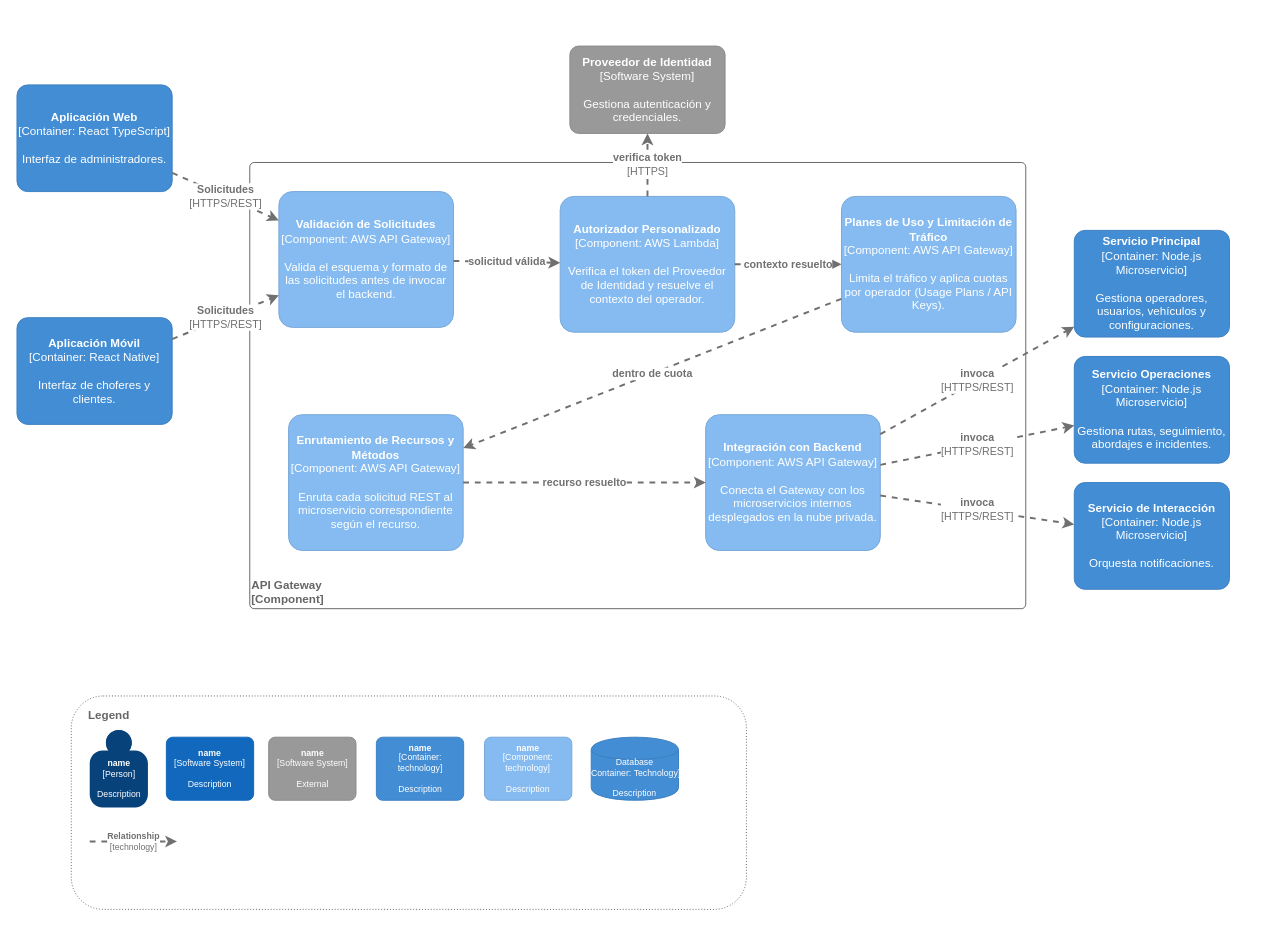
Before: page "C4 Component API Gateway" (7 of 14) of Diagramas/Diagrama_C4.drawio in tomazoque/pswe-04-proyecto-final, a draw.io diagram. Source tidied: cells renumbered, new cells numbered last; positions are measured from the earlier drawing's top-left corner, leaving out a move shared by most shapes. Both pictures are drawn from the tidied source at 97%, with x=0, y=0 at pixel (16, 46).
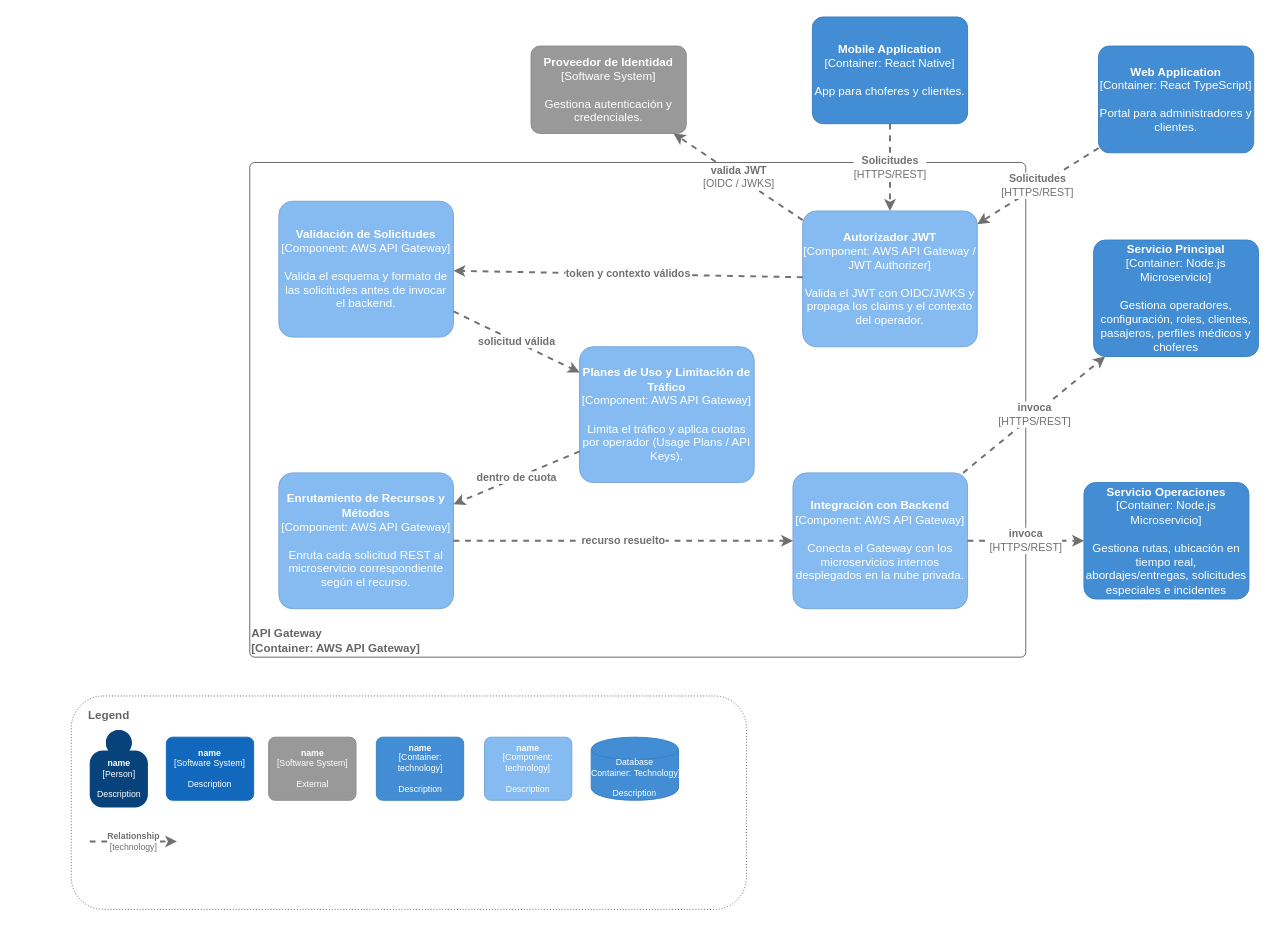
The same diagram, later.

The edit, as a diff of the source:
```diff
@@
-    <object id="2" label="&lt;b&gt;%c4Name%&lt;/b&gt;&lt;div&gt;[%c4Type%: %c4Technology%]&lt;/div&gt;&lt;br&gt;&lt;div&gt;%c4Description%&lt;/div&gt;" c4Description="Interfaz de administradores." c4Name="Aplicación Web" c4Technology="React TypeScript" c4Type="Container" placeholders="1">
+    <object id="2" label="&lt;b&gt;%c4Name%&lt;/b&gt;&lt;div&gt;[%c4Type%: %c4Technology%]&lt;/div&gt;&lt;br&gt;&lt;div&gt;%c4Description%&lt;/div&gt;" c4Description="Portal para administradores y clientes." c4Name="Web Application" c4Technology="React TypeScript" c4Type="Container" placeholders="1">
       <mxCell style="rounded=1;whiteSpace=wrap;html=1;labelBackgroundColor=none;fillColor=#438DD5;fontColor=#ffffff;align=center;arcSize=10;strokeColor=#3C7FC0;metaData={&quot;c4Type&quot;:{&quot;editable&quot;:false}};" parent="1" vertex="1">
-        <mxGeometry y="40" width="160" height="110" as="geometry" />
+        <mxGeometry x="1115" width="160" height="110" as="geometry" />
       </mxCell>
     </object>
-    <object id="3" label="&lt;b&gt;%c4Name%&lt;/b&gt;&lt;div&gt;[%c4Type%: %c4Technology%]&lt;/div&gt;&lt;br&gt;&lt;div&gt;%c4Description%&lt;/div&gt;" c4Description="Interfaz de choferes y clientes." c4Name="Aplicación Móvil" c4Technology="React Native" c4Type="Container" placeholders="1">
+    <object id="3" label="&lt;b&gt;%c4Name%&lt;/b&gt;&lt;div&gt;[%c4Type%: %c4Technology%]&lt;/div&gt;&lt;br&gt;&lt;div&gt;%c4Description%&lt;/div&gt;" c4Description="App para choferes y clientes." c4Name="Mobile Application" c4Technology="React Native" c4Type="Container" placeholders="1">
       <mxCell style="rounded=1;whiteSpace=wrap;html=1;labelBackgroundColor=none;fillColor=#438DD5;fontColor=#ffffff;align=center;arcSize=10;strokeColor=#3C7FC0;metaData={&quot;c4Type&quot;:{&quot;editable&quot;:false}};" parent="1" vertex="1">
-        <mxGeometry y="280" width="160" height="110" as="geometry" />
+        <mxGeometry x="820" y="-30" width="160" height="110" as="geometry" />
       </mxCell>
     </object>
     <object id="4" label="&lt;b&gt;%c4Name%&lt;/b&gt;&lt;div&gt;[%c4Type%]&lt;/div&gt;&lt;br&gt;&lt;div&gt;%c4Description%&lt;/div&gt;" c4Description="Gestiona autenticación y credenciales." c4Name="Proveedor de Identidad" c4Type="Software System" placeholders="1">
       <mxCell style="rounded=1;whiteSpace=wrap;html=1;labelBackgroundColor=none;fillColor=#999999;fontColor=#ffffff;align=center;arcSize=10;strokeColor=#8A8A8A;metaData={&quot;c4Type&quot;:{&quot;editable&quot;:false}};" parent="1" vertex="1">
-        <mxGeometry x="570" width="160" height="90" as="geometry" />
+        <mxGeometry x="530" width="160" height="90" as="geometry" />
       </mxCell>
     </object>
-    <object id="5" label="&lt;b&gt;%c4Name%&lt;/b&gt;&lt;div&gt;[%c4Type%: %c4Technology%]&lt;/div&gt;&lt;br&gt;&lt;div&gt;%c4Description%&lt;/div&gt;" c4Description="Gestiona operadores, usuarios, vehículos y configuraciones." c4Name="Servicio Principal" c4Technology="Node.js Microservicio" c4Type="Container" placeholders="1">
+    <object id="5" label="&lt;b&gt;%c4Name%&lt;/b&gt;&lt;div&gt;[%c4Type%: %c4Technology%]&lt;/div&gt;&lt;br&gt;&lt;div&gt;%c4Description%&lt;/div&gt;" c4Description="Gestiona operadores, configuración, roles, clientes, pasajeros, perfiles médicos y choferes" c4Name="Servicio Principal" c4Technology="Node.js Microservicio" c4Type="Container" placeholders="1">
       <mxCell style="rounded=1;whiteSpace=wrap;html=1;labelBackgroundColor=none;fillColor=#438DD5;fontColor=#ffffff;align=center;arcSize=10;strokeColor=#3C7FC0;metaData={&quot;c4Type&quot;:{&quot;editable&quot;:false}};" parent="1" vertex="1">
-        <mxGeometry x="1090" y="190" width="160" height="110" as="geometry" />
+        <mxGeometry x="1110" y="200" width="170" height="120" as="geometry" />
       </mxCell>
     </object>
-    <object id="6" label="&lt;b&gt;%c4Name%&lt;/b&gt;&lt;div&gt;[%c4Type%: %c4Technology%]&lt;/div&gt;&lt;br&gt;&lt;div&gt;%c4Description%&lt;/div&gt;" c4Description="Gestiona rutas, seguimiento, abordajes e incidentes." c4Name="Servicio Operaciones" c4Technology="Node.js Microservicio" c4Type="Container" placeholders="1">
+    <object id="6" label="&lt;b&gt;%c4Name%&lt;/b&gt;&lt;div&gt;[%c4Type%: %c4Technology%]&lt;/div&gt;&lt;br&gt;&lt;div&gt;%c4Description%&lt;/div&gt;" c4Description="Gestiona rutas, ubicación en tiempo real, abordajes/entregas, solicitudes especiales e incidentes" c4Name="Servicio Operaciones" c4Technology="Node.js Microservicio" c4Type="Container" placeholders="1">
       <mxCell style="rounded=1;whiteSpace=wrap;html=1;labelBackgroundColor=none;fillColor=#438DD5;fontColor=#ffffff;align=center;arcSize=10;strokeColor=#3C7FC0;metaData={&quot;c4Type&quot;:{&quot;editable&quot;:false}};" parent="1" vertex="1">
-        <mxGeometry x="1090" y="320" width="160" height="110" as="geometry" />
+        <mxGeometry x="1100" y="450" width="170" height="120" as="geometry" />
       </mxCell>
     </object>
-    <object id="7" label="&lt;b&gt;%c4Name%&lt;/b&gt;&lt;div&gt;[%c4Type%: %c4Technology%]&lt;/div&gt;&lt;br&gt;&lt;div&gt;%c4Description%&lt;/div&gt;" c4Description="Orquesta notificaciones." c4Name="Servicio de Interacción" c4Technology="Node.js Microservicio" c4Type="Container" placeholders="1">
-      <mxCell style="rounded=1;whiteSpace=wrap;html=1;labelBackgroundColor=none;fillColor=#438DD5;fontColor=#ffffff;align=center;arcSize=10;strokeColor=#3C7FC0;metaData={&quot;c4Type&quot;:{&quot;editable&quot;:false}};" parent="1" vertex="1">
-        <mxGeometry x="1090" y="450" width="160" height="110" as="geometry" />
-      </mxCell>
-    </object>
-    <mxCell id="8" value="&lt;div style=&quot;text-align: left&quot;&gt;&lt;b&gt;API Gateway&lt;/b&gt;&lt;/div&gt;&lt;div style=&quot;text-align: left&quot;&gt;&lt;b&gt;[Component]&lt;/b&gt;&lt;/div&gt;" style="rounded=1;whiteSpace=wrap;html=1;labelBackgroundColor=none;fillColor=#ffffff;align=left;arcSize=1;verticalAlign=bottom;strokeColor=#666666;fontColor=#666666;" parent="1" vertex="1">
-      <mxGeometry x="240" y="120" width="800" height="460" as="geometry" />
+    <mxCell id="8" value="&lt;div style=&quot;text-align: left&quot;&gt;&lt;b&gt;API Gateway&lt;/b&gt;&lt;/div&gt;&lt;div style=&quot;text-align: left&quot;&gt;&lt;b&gt;[Container: AWS API Gateway]&lt;/b&gt;&lt;/div&gt;" style="rounded=1;whiteSpace=wrap;html=1;labelBackgroundColor=none;fillColor=#ffffff;align=left;arcSize=1;verticalAlign=bottom;strokeColor=#666666;fontColor=#666666;" parent="1" vertex="1">
+      <mxGeometry x="240" y="120" width="800" height="510" as="geometry" />
     </mxCell>
     <object id="9" label="&lt;b&gt;%c4Name%&lt;/b&gt;&lt;div&gt;[%c4Type%: %c4Technology%]&lt;/div&gt;&lt;br&gt;&lt;div&gt;%c4Description%&lt;/div&gt;" c4Description="Valida el esquema y formato de las solicitudes antes de invocar el backend." c4Name="Validación de Solicitudes" c4Technology="AWS API Gateway" c4Type="Component" placeholders="1">
       <mxCell style="rounded=1;whiteSpace=wrap;html=1;labelBackgroundColor=none;fillColor=#85BBF0;fontColor=#ffffff;align=center;arcSize=10;strokeColor=#78A8D8;metaData={&quot;c4Type&quot;:{&quot;editable&quot;:false}};" parent="1" vertex="1">
-        <mxGeometry x="270" y="150" width="180" height="140" as="geometry" />
+        <mxGeometry x="270" y="160" width="180" height="140" as="geometry" />
       </mxCell>
     </object>
-    <object id="10" label="&lt;b&gt;%c4Name%&lt;/b&gt;&lt;div&gt;[%c4Type%: %c4Technology%]&lt;/div&gt;&lt;br&gt;&lt;div&gt;%c4Description%&lt;/div&gt;" c4Description="Verifica el token del Proveedor de Identidad y resuelve el contexto del operador." c4Name="Autorizador Personalizado" c4Technology="AWS Lambda" c4Type="Component" placeholders="1">
+    <object id="10" label="&lt;b&gt;%c4Name%&lt;/b&gt;&lt;div&gt;[%c4Type%: %c4Technology%]&lt;/div&gt;&lt;br&gt;&lt;div&gt;%c4Description%&lt;/div&gt;" c4Description="Valida el JWT con OIDC/JWKS y propaga los claims y el contexto del operador." c4Name="Autorizador JWT" c4Technology="AWS API Gateway / JWT Authorizer" c4Type="Component" placeholders="1">
       <mxCell style="rounded=1;whiteSpace=wrap;html=1;labelBackgroundColor=none;fillColor=#85BBF0;fontColor=#ffffff;align=center;arcSize=10;strokeColor=#78A8D8;metaData={&quot;c4Type&quot;:{&quot;editable&quot;:false}};" parent="1" vertex="1">
-        <mxGeometry x="560" y="155" width="180" height="140" as="geometry" />
+        <mxGeometry x="810" y="170" width="180" height="140" as="geometry" />
       </mxCell>
     </object>
     <object id="11" label="&lt;b&gt;%c4Name%&lt;/b&gt;&lt;div&gt;[%c4Type%: %c4Technology%]&lt;/div&gt;&lt;br&gt;&lt;div&gt;%c4Description%&lt;/div&gt;" c4Description="Limita el tráfico y aplica cuotas por operador (Usage Plans / API Keys)." c4Name="Planes de Uso y Limitación de Tráfico" c4Technology="AWS API Gateway" c4Type="Component" placeholders="1">
       <mxCell style="rounded=1;whiteSpace=wrap;html=1;labelBackgroundColor=none;fillColor=#85BBF0;fontColor=#ffffff;align=center;arcSize=10;strokeColor=#78A8D8;metaData={&quot;c4Type&quot;:{&quot;editable&quot;:false}};" parent="1" vertex="1">
-        <mxGeometry x="850" y="155" width="180" height="140" as="geometry" />
+        <mxGeometry x="580" y="310" width="180" height="140" as="geometry" />
       </mxCell>
     </object>
     <object id="12" label="&lt;b&gt;%c4Name%&lt;/b&gt;&lt;div&gt;[%c4Type%: %c4Technology%]&lt;/div&gt;&lt;br&gt;&lt;div&gt;%c4Description%&lt;/div&gt;" c4Description="Enruta cada solicitud REST al microservicio correspondiente según el recurso." c4Name="Enrutamiento de Recursos y Métodos" c4Technology="AWS API Gateway" c4Type="Component" placeholders="1">
       <mxCell style="rounded=1;whiteSpace=wrap;html=1;labelBackgroundColor=none;fillColor=#85BBF0;fontColor=#ffffff;align=center;arcSize=10;strokeColor=#78A8D8;metaData={&quot;c4Type&quot;:{&quot;editable&quot;:false}};" parent="1" vertex="1">
-        <mxGeometry x="280" y="380" width="180" height="140" as="geometry" />
+        <mxGeometry x="270" y="440" width="180" height="140" as="geometry" />
       </mxCell>
     </object>
     <object id="13" label="&lt;b&gt;%c4Name%&lt;/b&gt;&lt;div&gt;[%c4Type%: %c4Technology%]&lt;/div&gt;&lt;br&gt;&lt;div&gt;%c4Description%&lt;/div&gt;" c4Description="Conecta el Gateway con los microservicios internos desplegados en la nube privada." c4Name="Integración con Backend" c4Technology="AWS API Gateway" c4Type="Component" placeholders="1">
       <mxCell style="rounded=1;whiteSpace=wrap;html=1;labelBackgroundColor=none;fillColor=#85BBF0;fontColor=#ffffff;align=center;arcSize=10;strokeColor=#78A8D8;metaData={&quot;c4Type&quot;:{&quot;editable&quot;:false}};" parent="1" vertex="1">
-        <mxGeometry x="710" y="380" width="180" height="140" as="geometry" />
+        <mxGeometry x="800" y="440" width="180" height="140" as="geometry" />
       </mxCell>
     </object>
     <object id="14" label="&lt;div style=&quot;text-align: left&quot;&gt;&lt;div style=&quot;text-align: center&quot;&gt;&lt;b&gt;%c4Description%&lt;/b&gt;&lt;/div&gt;&lt;div style=&quot;text-align: center&quot;&gt;[%c4Technology%]&lt;/div&gt;&lt;/div&gt;" c4Description="Solicitudes" c4Technology="HTTPS/REST" placeholders="1">
-      <mxCell style="edgeStyle=none;rounded=0;html=1;jettySize=auto;strokeColor=#707070;strokeWidth=2;fontColor=#707070;jumpStyle=none;dashed=1;metaData={&quot;c4Type&quot;:{&quot;editable&quot;:false}};" parent="1" edge="1" source="2" target="9">
+      <mxCell style="edgeStyle=none;rounded=0;html=1;jettySize=auto;strokeColor=#707070;strokeWidth=2;fontColor=#707070;jumpStyle=none;dashed=1;metaData={&quot;c4Type&quot;:{&quot;editable&quot;:false}};" parent="1" edge="1" source="2" target="10">
         <mxGeometry relative="1" as="geometry" />
       </mxCell>
     </object>
     <object id="15" label="&lt;div style=&quot;text-align: left&quot;&gt;&lt;div style=&quot;text-align: center&quot;&gt;&lt;b&gt;%c4Description%&lt;/b&gt;&lt;/div&gt;&lt;div style=&quot;text-align: center&quot;&gt;[%c4Technology%]&lt;/div&gt;&lt;/div&gt;" c4Description="Solicitudes" c4Technology="HTTPS/REST" placeholders="1">
-      <mxCell style="edgeStyle=none;rounded=0;html=1;jettySize=auto;strokeColor=#707070;strokeWidth=2;fontColor=#707070;jumpStyle=none;dashed=1;metaData={&quot;c4Type&quot;:{&quot;editable&quot;:false}};" parent="1" edge="1" source="3" target="9">
+      <mxCell style="edgeStyle=none;rounded=0;html=1;jettySize=auto;strokeColor=#707070;strokeWidth=2;fontColor=#707070;jumpStyle=none;dashed=1;metaData={&quot;c4Type&quot;:{&quot;editable&quot;:false}};" parent="1" edge="1" source="3" target="10">
         <mxGeometry relative="1" as="geometry" />
       </mxCell>
     </object>
-    <object id="16" label="&lt;div style=&quot;text-align: left&quot;&gt;&lt;div style=&quot;text-align: center&quot;&gt;&lt;b&gt;%c4Description%&lt;/b&gt;&lt;/div&gt;&lt;/div&gt;" c4Description="solicitud válida" placeholders="1">
-      <mxCell style="edgeStyle=none;rounded=0;html=1;jettySize=auto;strokeColor=#707070;strokeWidth=2;fontColor=#707070;jumpStyle=none;dashed=1;metaData={&quot;c4Type&quot;:{&quot;editable&quot;:false}};" parent="1" edge="1" source="9" target="10">
+    <object id="16" label="&lt;div style=&quot;text-align: left&quot;&gt;&lt;div style=&quot;text-align: center&quot;&gt;&lt;b&gt;%c4Description%&lt;/b&gt;&lt;/div&gt;&lt;/div&gt;" c4Description="token y contexto válidos" placeholders="1">
+      <mxCell style="edgeStyle=none;rounded=0;html=1;jettySize=auto;strokeColor=#707070;strokeWidth=2;fontColor=#707070;jumpStyle=none;dashed=1;metaData={&quot;c4Type&quot;:{&quot;editable&quot;:false}};" parent="1" edge="1" source="10" target="9">
         <mxGeometry relative="1" as="geometry" />
       </mxCell>
     </object>
-    <object id="17" label="&lt;div style=&quot;text-align: left&quot;&gt;&lt;div style=&quot;text-align: center&quot;&gt;&lt;b&gt;%c4Description%&lt;/b&gt;&lt;/div&gt;&lt;div style=&quot;text-align: center&quot;&gt;[%c4Technology%]&lt;/div&gt;&lt;/div&gt;" c4Description="verifica token" c4Technology="HTTPS" placeholders="1">
+    <object id="17" label="&lt;div style=&quot;text-align: left&quot;&gt;&lt;div style=&quot;text-align: center&quot;&gt;&lt;b&gt;%c4Description%&lt;/b&gt;&lt;/div&gt;&lt;div style=&quot;text-align: center&quot;&gt;[%c4Technology%]&lt;/div&gt;&lt;/div&gt;" c4Description="valida JWT" c4Technology="OIDC / JWKS" placeholders="1">
       <mxCell style="edgeStyle=none;rounded=0;html=1;jettySize=auto;strokeColor=#707070;strokeWidth=2;fontColor=#707070;jumpStyle=none;dashed=1;metaData={&quot;c4Type&quot;:{&quot;editable&quot;:false}};" parent="1" edge="1" source="10" target="4">
         <mxGeometry relative="1" as="geometry" />
       </mxCell>
     </object>
-    <object id="18" label="&lt;div style=&quot;text-align: left&quot;&gt;&lt;div style=&quot;text-align: center&quot;&gt;&lt;b&gt;%c4Description%&lt;/b&gt;&lt;/div&gt;&lt;/div&gt;" c4Description="contexto resuelto" placeholders="1">
-      <mxCell style="edgeStyle=none;rounded=0;html=1;jettySize=auto;strokeColor=#707070;strokeWidth=2;fontColor=#707070;jumpStyle=none;dashed=1;metaData={&quot;c4Type&quot;:{&quot;editable&quot;:false}};" parent="1" edge="1" source="10" target="11">
+    <object id="18" label="&lt;div style=&quot;text-align: left&quot;&gt;&lt;div style=&quot;text-align: center&quot;&gt;&lt;b&gt;%c4Description%&lt;/b&gt;&lt;/div&gt;&lt;/div&gt;" c4Description="solicitud válida" placeholders="1">
+      <mxCell style="edgeStyle=none;rounded=0;html=1;jettySize=auto;strokeColor=#707070;strokeWidth=2;fontColor=#707070;jumpStyle=none;dashed=1;metaData={&quot;c4Type&quot;:{&quot;editable&quot;:false}};" parent="1" edge="1" source="9" target="11">
         <mxGeometry relative="1" as="geometry" />
       </mxCell>
     </object>
@@
-    <object id="23" label="&lt;div style=&quot;text-align: left&quot;&gt;&lt;div style=&quot;text-align: center&quot;&gt;&lt;b&gt;%c4Description%&lt;/b&gt;&lt;/div&gt;&lt;div style=&quot;text-align: center&quot;&gt;[%c4Technology%]&lt;/div&gt;&lt;/div&gt;" c4Description="invoca" c4Technology="HTTPS/REST" placeholders="1">
-      <mxCell style="edgeStyle=none;rounded=0;html=1;jettySize=auto;strokeColor=#707070;strokeWidth=2;fontColor=#707070;jumpStyle=none;dashed=1;metaData={&quot;c4Type&quot;:{&quot;editable&quot;:false}};" parent="1" edge="1" source="13" target="7">
-        <mxGeometry relative="1" as="geometry" />
-      </mxCell>
-    </object>
```
